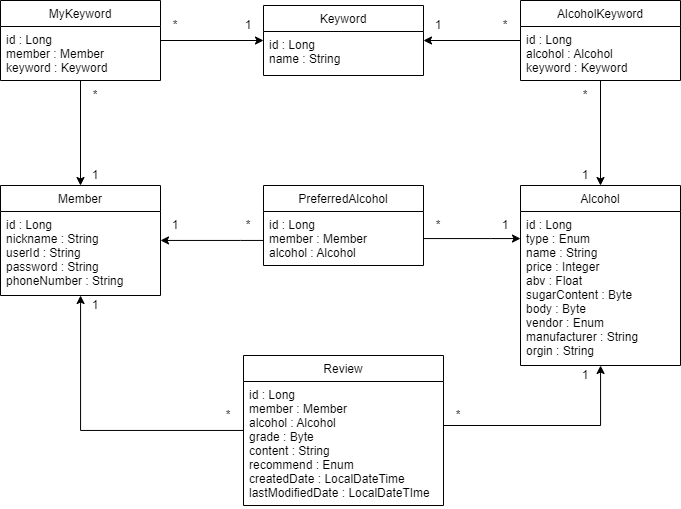
Above: pyeonsool-class.png in great-sprout/PyeonSool (draw.io), before the change. Source tidied: cells renumbered, new cells last; positions are measured from the earlier drawing's top-left corner, leaving out a move shared by most shapes.
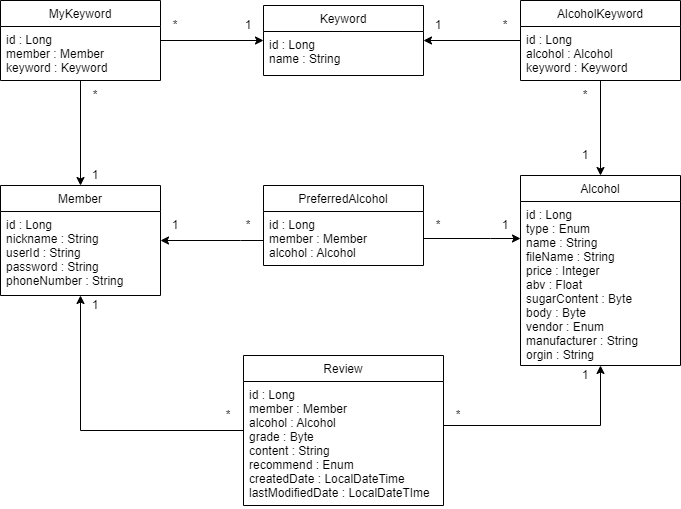
After the change.

Commit message:
docs: Alcohol 클래스에 이미지 필드 추가

What changed in the source:
```diff
@@ -39,10 +39,10 @@
       <mxGeometry y="26" width="160" height="54" as="geometry" />
     </mxCell>
     <mxCell id="14" value="Alcohol" style="swimlane;fontStyle=0;align=center;verticalAlign=top;horizontal=1;startSize=26;rounded=0;shadow=0;strokeWidth=1;" parent="1" vertex="1">
-      <mxGeometry x="520" y="185" width="160" height="180" as="geometry" />
+      <mxGeometry x="520" y="175" width="160" height="190" as="geometry" />
     </mxCell>
-    <mxCell id="15" value="id : Long&#10;type : Enum&#10;name : String&#10;price : Integer&#10;abv : Float&#10;sugarContent : Byte&#10;body : Byte&#10;vendor : Enum&#10;manufacturer : String&#10;orgin : String" style="text;align=left;verticalAlign=top;spacingLeft=4;spacingRight=4;overflow=hidden;" parent="14" vertex="1">
-      <mxGeometry y="26" width="160" height="154" as="geometry" />
+    <mxCell id="15" value="id : Long&#10;type : Enum&#10;name : String&#10;fileName : String&#10;price : Integer&#10;abv : Float&#10;sugarContent : Byte&#10;body : Byte&#10;vendor : Enum&#10;manufacturer : String&#10;orgin : String" style="text;align=left;verticalAlign=top;spacingLeft=4;spacingRight=4;overflow=hidden;" parent="14" vertex="1">
+      <mxGeometry y="26" width="160" height="164" as="geometry" />
     </mxCell>
     <mxCell id="16" style="edgeStyle=orthogonalEdgeStyle;rounded=0;jettySize=auto;html=1;" parent="1" edge="1" source="17" target="2">
       <mxGeometry relative="1" as="geometry">
@@ -98,7 +98,7 @@
       <mxGeometry x="423" y="15" width="30" height="20" as="geometry" />
     </mxCell>
     <mxCell id="29" value="1" style="text;html=1;strokeColor=none;fillColor=none;align=center;verticalAlign=middle;whiteSpace=wrap;rounded=0;" parent="1" vertex="1">
-      <mxGeometry x="570" y="165" width="30" height="20" as="geometry" />
+      <mxGeometry x="570" y="145" width="30" height="20" as="geometry" />
     </mxCell>
     <mxCell id="30" value="1" style="text;html=1;strokeColor=none;fillColor=none;align=center;verticalAlign=middle;whiteSpace=wrap;rounded=0;" parent="1" vertex="1">
       <mxGeometry x="490" y="215" width="30" height="20" as="geometry" />
```
